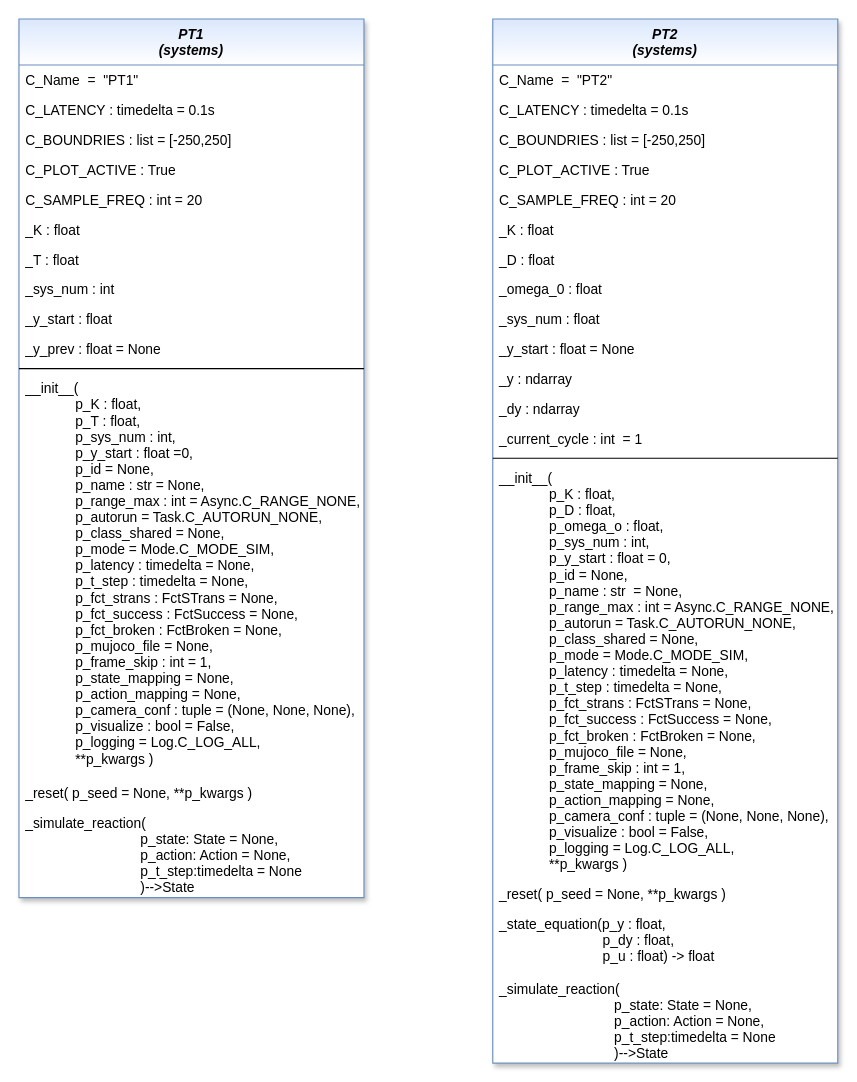
Above: doc/rtd/content/99_appendices/appendix2/sub/pool/mlpro_bf/bf_systems/images/MLPro-BF-Systems-PT1_PT2_System_class_diagram.drawio in fhswf/MLPro (draw.io), before the change. Source tidied: cells renumbered, new cells numbered last; positions are measured from the earlier drawing's top-left corner, leaving out a move shared by most shapes. Both pictures are drawn from the tidied source at 115%, with x=0, y=0 at pixel (18, 18).
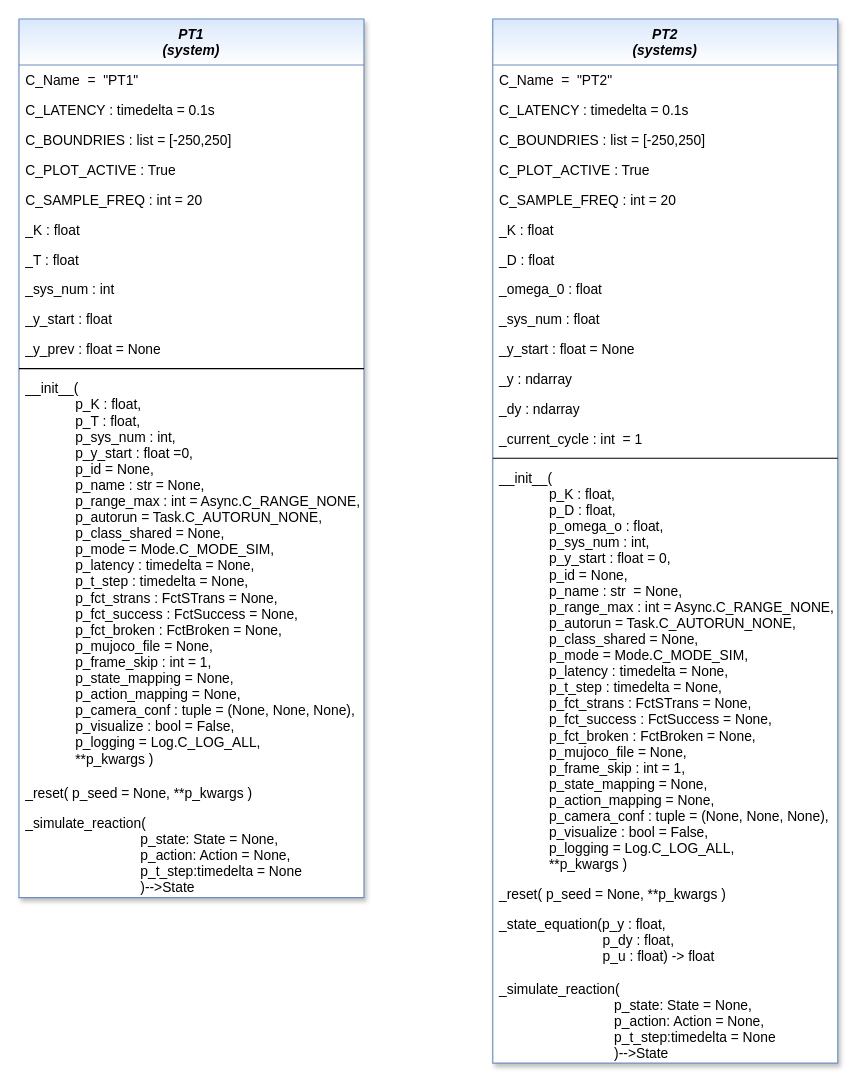
After the change.

What changed in the source:
```diff
@@
-    <mxCell id="2" value="PT1&#10;(systems)" style="swimlane;fontStyle=3;align=center;verticalAlign=top;horizontal=1;startSize=40;rounded=0;shadow=1;strokeWidth=1;fillColor=#dae8fc;strokeColor=#6c8ebf;swimlaneFillColor=#ffffff;gradientColor=#FFFFFF;" parent="1" vertex="1">
+    <mxCell id="2" value="PT1&#10;(system)" style="swimlane;fontStyle=3;align=center;verticalAlign=top;horizontal=1;startSize=40;rounded=0;shadow=1;strokeWidth=1;fillColor=#dae8fc;strokeColor=#6c8ebf;swimlaneFillColor=#ffffff;gradientColor=#FFFFFF;" parent="1" vertex="1">
       <mxGeometry width="300" height="764" as="geometry" />
     </mxCell>
```
